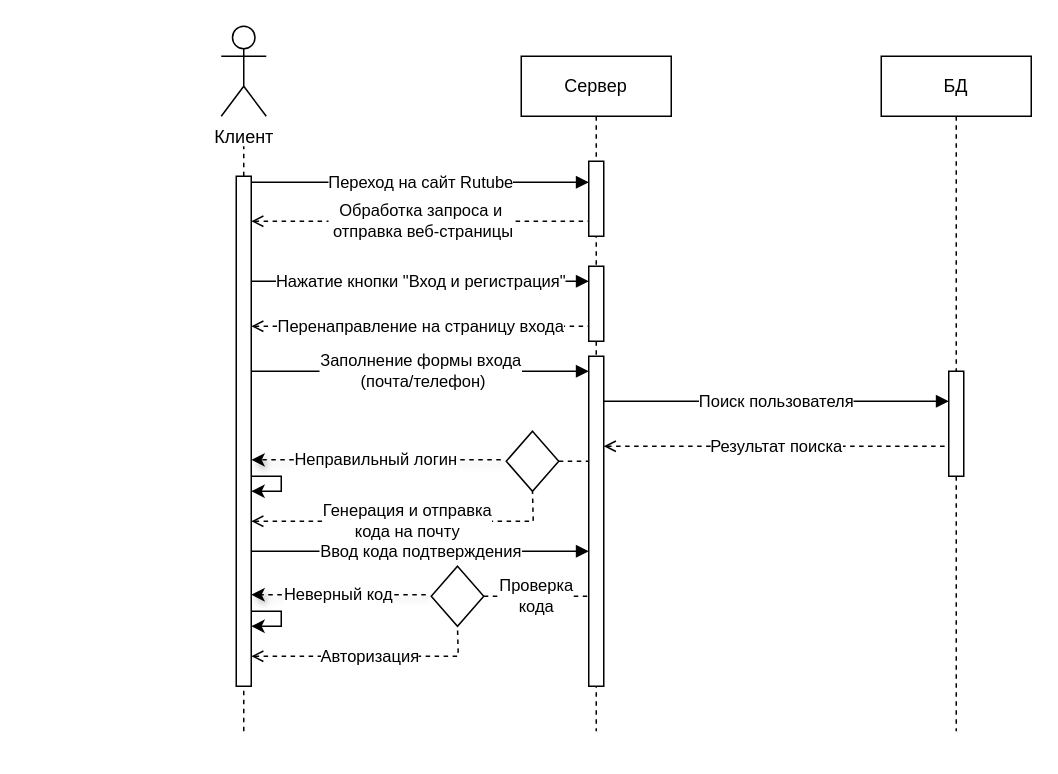
The draw.io diagram uml sequence Авторизация Rutube.drawio in SvetlanaCH01/-, before the edit. Source tidied: cells renumbered, new cells numbered last; positions are measured from the earlier drawing's top-left corner, leaving out a move shared by most shapes. Both pictures are drawn from the tidied source at 150%, with x=0, y=0 at pixel (220, 26).
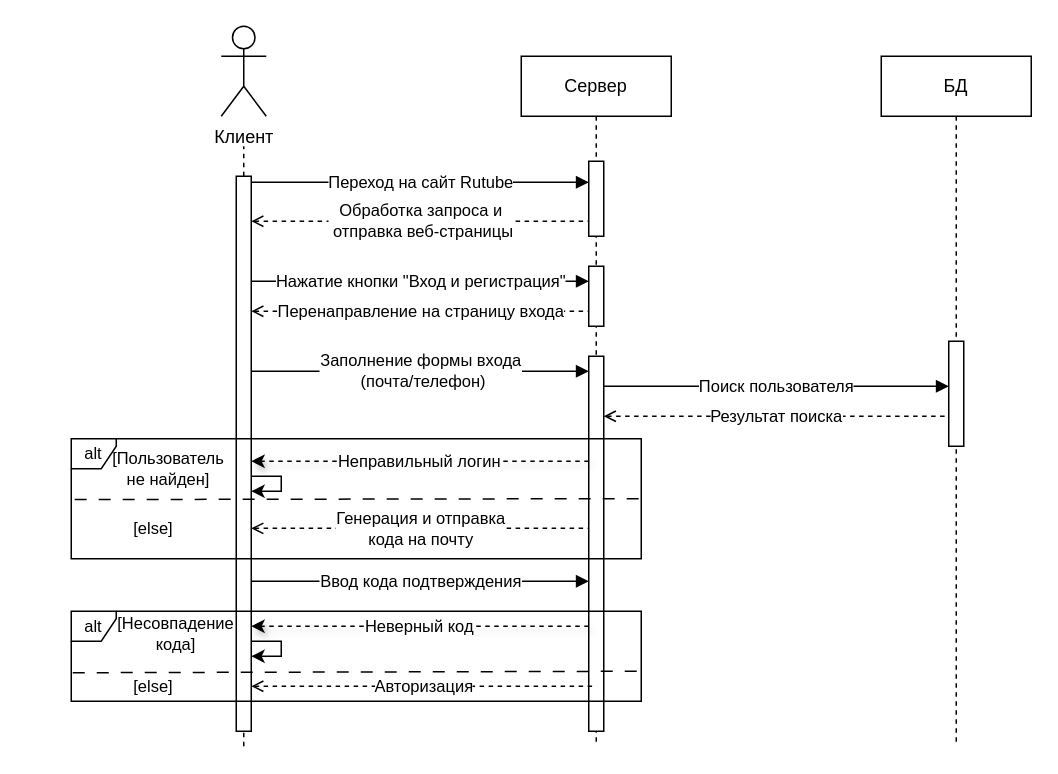
Above is the later version.

The edit, as a diff of the source:
```diff
@@
     <mxCell id="2" value="БД" style="shape=umlLifeline;perimeter=lifelinePerimeter;whiteSpace=wrap;html=1;newEdgeStyle={&quot;edgeStyle&quot;:&quot;elbowEdgeStyle&quot;,&quot;elbow&quot;:&quot;vertical&quot;,&quot;curved&quot;:0,&quot;rounded&quot;:0};" parent="1" vertex="1">
-      <mxGeometry x="440" y="20" width="100" height="450" as="geometry" />
+      <mxGeometry x="440" y="20" width="100" height="460" as="geometry" />
     </mxCell>
     <mxCell id="3" style="html=1;perimeter=orthogonalPerimeter;targetShapes=umlLifeline;newEdgeStyle={&quot;edgeStyle&quot;:&quot;elbowEdgeStyle&quot;,&quot;elbow&quot;:&quot;vertical&quot;,&quot;curved&quot;:0,&quot;rounded&quot;:0};" parent="2" vertex="1">
-      <mxGeometry x="45" y="210" width="10" height="70" as="geometry" />
+      <mxGeometry x="45" y="190" width="10" height="70" as="geometry" />
     </mxCell>
     <mxCell id="4" value="Сервер" style="shape=umlLifeline;perimeter=lifelinePerimeter;whiteSpace=wrap;html=1;newEdgeStyle={&quot;edgeStyle&quot;:&quot;elbowEdgeStyle&quot;,&quot;elbow&quot;:&quot;vertical&quot;,&quot;curved&quot;:0,&quot;rounded&quot;:0};" parent="1" vertex="1">
-      <mxGeometry x="200" y="20" width="100" height="450" as="geometry" />
+      <mxGeometry x="200" y="20" width="100" height="460" as="geometry" />
     </mxCell>
@@
     <mxCell id="6" style="html=1;perimeter=orthogonalPerimeter;targetShapes=umlLifeline;newEdgeStyle={&quot;edgeStyle&quot;:&quot;elbowEdgeStyle&quot;,&quot;elbow&quot;:&quot;vertical&quot;,&quot;curved&quot;:0,&quot;rounded&quot;:0};" parent="4" vertex="1">
-      <mxGeometry x="45" y="140" width="10" height="50" as="geometry" />
+      <mxGeometry x="45" y="140" width="10" height="40" as="geometry" />
     </mxCell>
     <mxCell id="7" style="html=1;points=[];perimeter=orthogonalPerimeter;outlineConnect=0;targetShapes=umlLifeline;portConstraint=eastwest;newEdgeStyle={&quot;edgeStyle&quot;:&quot;elbowEdgeStyle&quot;,&quot;elbow&quot;:&quot;vertical&quot;,&quot;curved&quot;:0,&quot;rounded&quot;:0};" parent="4" vertex="1">
-      <mxGeometry x="45" y="200" width="10" height="220" as="geometry" />
+      <mxGeometry x="45" y="200" width="10" height="250" as="geometry" />
     </mxCell>
@@
     <mxCell id="10" style="endArrow=none;dashed=1;html=1;rounded=0;" parent="1" edge="1" target="11">
       <mxGeometry relative="1" as="geometry">
-        <mxPoint x="15" y="470" as="sourcePoint" />
+        <mxPoint x="15" y="480" as="sourcePoint" />
       </mxGeometry>
     </mxCell>
     <mxCell id="11" style="html=1;points=[];perimeter=orthogonalPerimeter;outlineConnect=0;targetShapes=umlLifeline;portConstraint=eastwest;newEdgeStyle={&quot;edgeStyle&quot;:&quot;elbowEdgeStyle&quot;,&quot;elbow&quot;:&quot;vertical&quot;,&quot;curved&quot;:0,&quot;rounded&quot;:0};" parent="1" vertex="1">
-      <mxGeometry x="10" y="100" width="10" height="340" as="geometry" />
+      <mxGeometry x="10" y="100" width="10" height="370" as="geometry" />
     </mxCell>
@@
     <mxCell id="15" value="Перенаправление на страницу входа" style="endArrow=none;html=1;rounded=0;startArrow=open;startFill=0;endFill=0;dashed=1;fontSize=11;" parent="1" edge="1">
       <mxGeometry relative="1" as="geometry">
-        <mxPoint x="20" y="200" as="sourcePoint" />
-        <mxPoint x="245" y="200" as="targetPoint" />
+        <mxPoint x="20" y="190" as="sourcePoint" />
+        <mxPoint x="245" y="190" as="targetPoint" />
       </mxGeometry>
     </mxCell>
@@
     <mxCell id="17" value="Поиск пользователя" style="endArrow=block;html=1;rounded=0;endFill=1;fontSize=11;" parent="1" edge="1">
       <mxGeometry relative="1" as="geometry">
-        <mxPoint x="255" y="250" as="sourcePoint" />
-        <mxPoint x="485" y="250" as="targetPoint" />
+        <mxPoint x="255" y="240" as="sourcePoint" />
+        <mxPoint x="485" y="240" as="targetPoint" />
       </mxGeometry>
     </mxCell>
     <mxCell id="18" value="Результат поиска" style="endArrow=none;html=1;rounded=0;startArrow=open;startFill=0;endFill=0;dashed=1;fontSize=11;" parent="1" edge="1">
       <mxGeometry relative="1" as="geometry">
-        <mxPoint x="255" y="280" as="sourcePoint" />
-        <mxPoint x="485" y="280" as="targetPoint" />
+        <mxPoint x="255" y="260" as="sourcePoint" />
+        <mxPoint x="485" y="260" as="targetPoint" />
       </mxGeometry>
     </mxCell>
-    <mxCell id="19" value="Генерация и отправка &lt;br&gt;кода на почту" style="endArrow=none;html=1;rounded=0;startArrow=open;startFill=0;endFill=0;dashed=1;fontSize=11;entryX=0.5;entryY=1;entryDx=0;entryDy=0;" parent="1" edge="1" target="21">
+    <mxCell id="19" value="Генерация и отправка &lt;br&gt;кода на почту" style="endArrow=none;html=1;rounded=0;startArrow=open;startFill=0;endFill=0;dashed=1;fontSize=11;" parent="1" edge="1" target="7">
       <mxGeometry relative="1" as="geometry">
-        <mxPoint x="20" y="330" as="sourcePoint" />
+        <mxPoint x="20" y="334.7" as="sourcePoint" />
         <Array as="points">
-          <mxPoint x="208" y="330" />
+          <mxPoint x="208" y="334.7" />
         </Array>
       </mxGeometry>
     </mxCell>
     <mxCell id="20" value="Ввод кода подтверждения" style="endArrow=block;html=1;rounded=0;endFill=1;fontSize=11;" parent="1" edge="1">
       <mxGeometry relative="1" as="geometry">
-        <mxPoint x="20" y="350" as="sourcePoint" />
-        <mxPoint x="245" y="350" as="targetPoint" />
+        <mxPoint x="20" y="370" as="sourcePoint" />
+        <mxPoint x="245" y="370" as="targetPoint" />
       </mxGeometry>
     </mxCell>
-    <mxCell id="21" style="rhombus;whiteSpace=wrap;html=1;" parent="1" vertex="1">
-      <mxGeometry x="190" y="270" width="35" height="40" as="geometry" />
-    </mxCell>
-    <mxCell id="22" style="endArrow=none;dashed=1;html=1;rounded=0;exitX=1;exitY=0.5;exitDx=0;exitDy=0;" parent="1" edge="1" source="21">
-      <mxGeometry relative="1" as="geometry">
-        <mxPoint x="245" y="290" as="targetPoint" />
-      </mxGeometry>
-    </mxCell>
-    <mxCell id="23" value="Неправильный логин" style="endArrow=classic;html=1;rounded=0;shadow=1;exitX=-0.104;exitY=0.476;exitDx=0;exitDy=0;exitPerimeter=0;dashed=1;" parent="1" edge="1" source="21" target="11">
-      <mxGeometry relative="1" as="geometry" />
+    <mxCell id="23" value="Неправильный логин" style="endArrow=classic;html=1;rounded=0;shadow=1;dashed=1;" parent="1" edge="1">
+      <mxGeometry relative="1" as="geometry">
+        <mxPoint x="245" y="290" as="sourcePoint" />
+        <mxPoint x="20" y="290" as="targetPoint" />
+      </mxGeometry>
     </mxCell>
-    <mxCell id="24" style="endArrow=classic;html=1;rounded=0;" parent="1" edge="1" target="11">
+    <mxCell id="24" style="endArrow=classic;html=1;rounded=0;" parent="1" edge="1" source="11" target="11">
       <mxGeometry relative="1" as="geometry">
-        <mxPoint x="20" y="300" as="sourcePoint" />
         <Array as="points">
           <mxPoint x="40" y="300" />
           <mxPoint x="40" y="310" />
         </Array>
       </mxGeometry>
     </mxCell>
-    <mxCell id="25" value="Авторизация" style="endArrow=none;html=1;rounded=0;startArrow=open;startFill=0;endFill=0;dashed=1;fontSize=11;entryX=0.5;entryY=1;entryDx=0;entryDy=0;" parent="1" edge="1" target="26">
+    <mxCell id="25" value="Авторизация" style="endArrow=none;html=1;rounded=0;startArrow=open;startFill=0;endFill=0;dashed=1;fontSize=11;" parent="1" edge="1">
       <mxGeometry relative="1" as="geometry">
-        <mxPoint x="20" y="420" as="sourcePoint" />
+        <mxPoint x="20" y="440" as="sourcePoint" />
+        <mxPoint x="250" y="440" as="targetPoint" />
         <Array as="points">
-          <mxPoint x="158" y="420" />
+          <mxPoint x="158" y="440" />
         </Array>
       </mxGeometry>
     </mxCell>
-    <mxCell id="26" style="rhombus;whiteSpace=wrap;html=1;" parent="1" vertex="1">
-      <mxGeometry x="140" y="360" width="35" height="40" as="geometry" />
-    </mxCell>
-    <mxCell id="27" value="Проверка&lt;br&gt;кода" style="endArrow=none;dashed=1;html=1;rounded=0;exitX=1;exitY=0.5;exitDx=0;exitDy=0;" parent="1" edge="1" source="26">
-      <mxGeometry relative="1" as="geometry">
-        <mxPoint x="245" y="380" as="targetPoint" />
-      </mxGeometry>
-    </mxCell>
-    <mxCell id="28" value="Неверный код" style="endArrow=classic;html=1;rounded=0;shadow=1;exitX=-0.104;exitY=0.476;exitDx=0;exitDy=0;exitPerimeter=0;dashed=1;" parent="1" edge="1" source="26">
+    <mxCell id="28" value="Неверный код" style="endArrow=classic;html=1;rounded=0;shadow=1;dashed=1;" parent="1" edge="1" source="7">
       <mxGeometry relative="1" as="geometry">
-        <mxPoint x="20" y="379" as="targetPoint" />
+        <mxPoint x="20" y="400" as="targetPoint" />
       </mxGeometry>
     </mxCell>
     <mxCell id="29" style="endArrow=classic;html=1;rounded=0;" parent="1" edge="1">
       <mxGeometry relative="1" as="geometry">
-        <mxPoint x="20" y="390" as="sourcePoint" />
-        <mxPoint x="20" y="400" as="targetPoint" />
+        <mxPoint x="20" y="410" as="sourcePoint" />
+        <mxPoint x="20" y="420" as="targetPoint" />
         <Array as="points">
-          <mxPoint x="40" y="390" />
-          <mxPoint x="40" y="400" />
+          <mxPoint x="40" y="410" />
+          <mxPoint x="40" y="420" />
         </Array>
       </mxGeometry>
     </mxCell>
+    <mxCell id="30" value="alt" style="shape=umlFrame;whiteSpace=wrap;html=1;fontSize=11;width=30;height=20;" parent="1" vertex="1">
+      <mxGeometry x="-100" y="275" width="380" height="80" as="geometry" />
+    </mxCell>
+    <mxCell id="31" value="[Пользователь &lt;br&gt;не найден]" style="text;html=1;strokeColor=none;fillColor=none;align=center;verticalAlign=middle;whiteSpace=wrap;rounded=0;fontSize=11;" parent="1" vertex="1">
+      <mxGeometry x="-120" y="280" width="170" height="30" as="geometry" />
+    </mxCell>
+    <mxCell id="32" style="endArrow=none;dashed=1;html=1;rounded=0;entryX=1.002;entryY=0.499;entryDx=0;entryDy=0;entryPerimeter=0;dashPattern=8 8;exitX=0.006;exitY=0.507;exitDx=0;exitDy=0;exitPerimeter=0;" parent="1" edge="1" source="30" target="30">
+      <mxGeometry relative="1" as="geometry" />
+    </mxCell>
+    <mxCell id="33" value="[else]" style="text;html=1;strokeColor=none;fillColor=none;align=center;verticalAlign=middle;whiteSpace=wrap;rounded=0;fontSize=11;" parent="1" vertex="1">
+      <mxGeometry x="-130" y="320" width="170" height="30" as="geometry" />
+    </mxCell>
+    <mxCell id="34" value="alt" style="shape=umlFrame;whiteSpace=wrap;html=1;fontSize=11;width=30;height=20;" parent="1" vertex="1">
+      <mxGeometry x="-100" y="390" width="380" height="60" as="geometry" />
+    </mxCell>
+    <mxCell id="35" style="endArrow=none;dashed=1;html=1;rounded=0;entryX=1.002;entryY=0.499;entryDx=0;entryDy=0;entryPerimeter=0;dashPattern=8 8;exitX=0.006;exitY=0.507;exitDx=0;exitDy=0;exitPerimeter=0;" parent="1" edge="1">
+      <mxGeometry relative="1" as="geometry">
+        <mxPoint x="-99" y="431" as="sourcePoint" />
+        <mxPoint x="280" y="430" as="targetPoint" />
+      </mxGeometry>
+    </mxCell>
+    <mxCell id="36" value="[Несовпадение &lt;br&gt;кода]" style="text;html=1;strokeColor=none;fillColor=none;align=center;verticalAlign=middle;whiteSpace=wrap;rounded=0;fontSize=11;" parent="1" vertex="1">
+      <mxGeometry x="-115" y="390" width="170" height="30" as="geometry" />
+    </mxCell>
+    <mxCell id="37" value="[else]" style="text;html=1;strokeColor=none;fillColor=none;align=center;verticalAlign=middle;whiteSpace=wrap;rounded=0;fontSize=11;" parent="1" vertex="1">
+      <mxGeometry x="-130" y="425" width="170" height="30" as="geometry" />
+    </mxCell>
```
